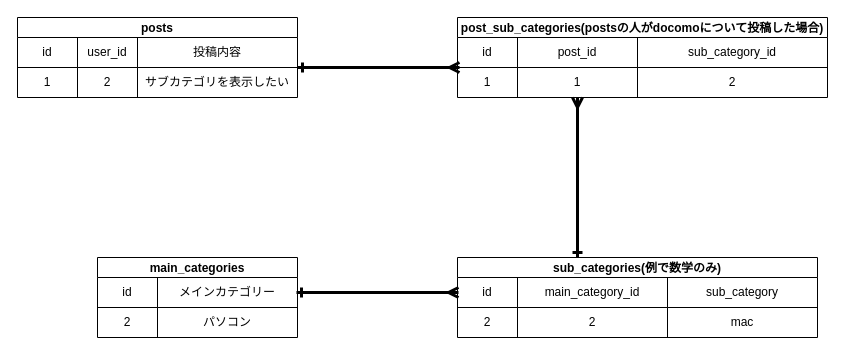
Above: page "投稿一覧にサブカテゴリを表示したい" (2 of 2) of compass.dio in I-Kouta/compass (draw.io), before the change. Source tidied: cells renumbered, new cells numbered last; positions are measured from the earlier drawing's top-left corner, leaving out a move shared by most shapes. Both pictures are drawn from the tidied source at 100%, with x=0, y=0 at pixel (17, 17).
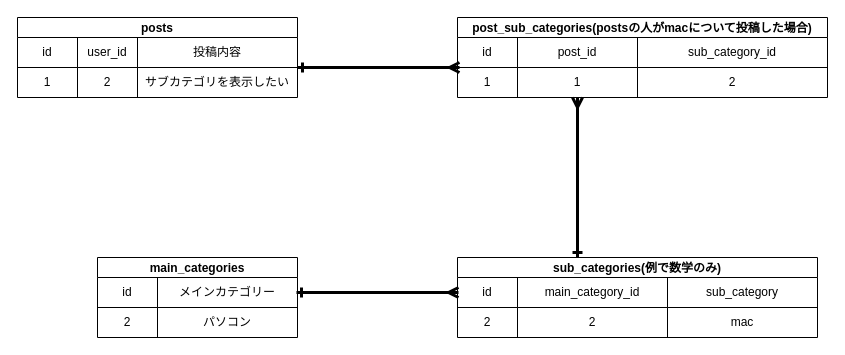
After the change.

Commit message (it also covers changes not shown here):
ひとまずサブカテゴリがあるか確認する記述(この後追記します)

Change to the diagram source:
```diff
@@
-    <mxCell id="11" value="post_sub_categories(postsの人がdocomoについて投稿した場合)" style="shape=table;startSize=20;childLayout=tableLayout;fontStyle=1;align=center;" parent="1" vertex="1">
+    <mxCell id="11" value="post_sub_categories(postsの人がmacについて投稿した場合)" style="shape=table;startSize=20;childLayout=tableLayout;fontStyle=1;align=center;" parent="1" vertex="1">
       <mxGeometry x="440" width="370" height="80" as="geometry" />
     </mxCell>
```
